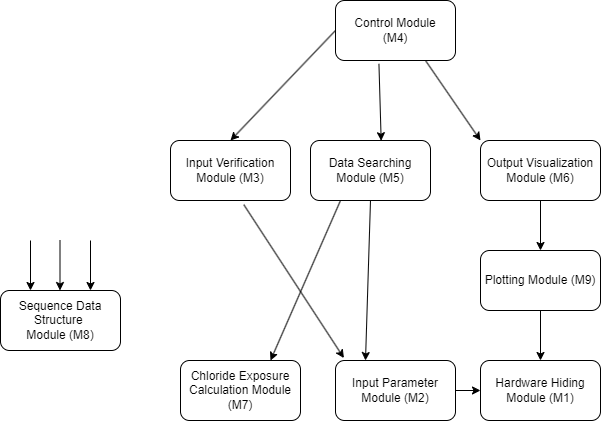
CynthiaLiu0805/BridgeChlorideExposurePredictor keeps this draw.io diagram as docs/Design/SoftArchitecture/UsesHierarchy.png. Above is the earlier version. Source tidied: cells renumbered, new cells last; positions are measured from the earlier drawing's top-left corner, leaving out a move shared by most shapes.
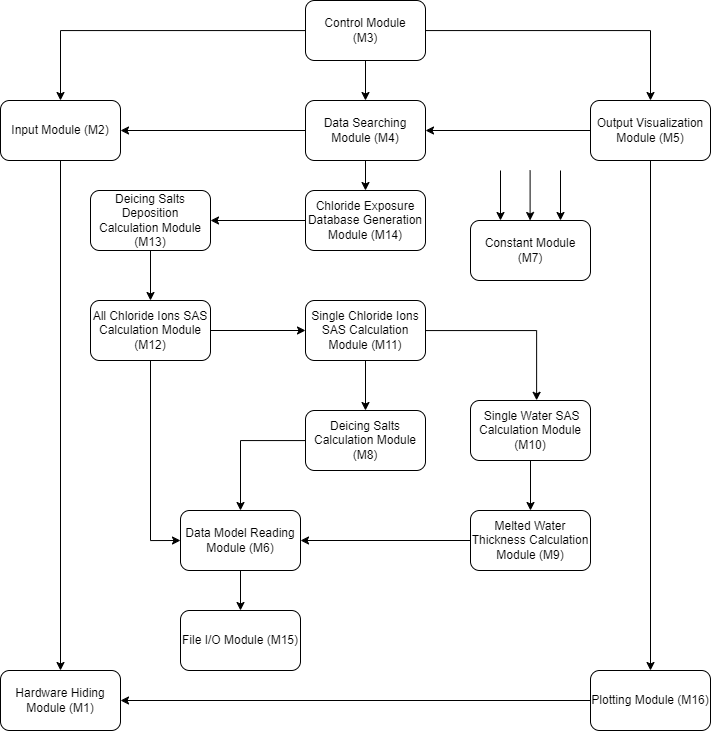
The same diagram one commit later.

Diff of the diagram source:
```diff
@@ -2,77 +2,127 @@
   <root>
     <mxCell id="0" />
     <mxCell id="1" parent="0" />
+    <mxCell id="10" style="edgeStyle=orthogonalEdgeStyle;rounded=0;jettySize=auto;html=1;entryX=0.5;entryY=0;entryDx=0;entryDy=0;" parent="1" edge="1" source="2" target="8">
+      <mxGeometry relative="1" as="geometry" />
+    </mxCell>
+    <mxCell id="9" style="edgeStyle=orthogonalEdgeStyle;rounded=0;jettySize=auto;html=1;entryX=0.5;entryY=0;entryDx=0;entryDy=0;" parent="1" edge="1" source="2" target="7">
+      <mxGeometry relative="1" as="geometry" />
+    </mxCell>
+    <mxCell id="16" style="edgeStyle=orthogonalEdgeStyle;rounded=0;jettySize=auto;html=1;entryX=0.5;entryY=0;entryDx=0;entryDy=0;" parent="1" edge="1" source="2" target="14">
+      <mxGeometry relative="1" as="geometry" />
+    </mxCell>
-    <mxCell id="2" value="Control Module&lt;div&gt;(M4)&lt;/div&gt;" style="rounded=1;whiteSpace=wrap;html=1;" parent="1" vertex="1">
-      <mxGeometry x="335" width="120" height="60" as="geometry" />
+    <mxCell id="2" value="Control Module&lt;div&gt;(M3)&lt;/div&gt;" style="rounded=1;whiteSpace=wrap;html=1;" parent="1" vertex="1">
+      <mxGeometry x="285" y="10" width="120" height="60" as="geometry" />
     </mxCell>
     <mxCell id="3" value="Hardware Hiding Module&amp;nbsp;&lt;span style=&quot;background-color: initial;&quot;&gt;(M1)&lt;/span&gt;" style="rounded=1;whiteSpace=wrap;html=1;" parent="1" vertex="1">
-      <mxGeometry x="480" y="360" width="120" height="60" as="geometry" />
+      <mxGeometry x="-20" y="680" width="120" height="60" as="geometry" />
     </mxCell>
-    <mxCell id="4" style="edgeStyle=orthogonalEdgeStyle;rounded=0;jettySize=auto;html=1;exitX=1;exitY=0.5;exitDx=0;exitDy=0;entryX=0;entryY=0.5;entryDx=0;entryDy=0;" parent="1" edge="1" source="5" target="3">
-      <mxGeometry relative="1" as="geometry" />
-    </mxCell>
-    <mxCell id="5" value="Input Parameter Module&amp;nbsp;&lt;span style=&quot;background-color: initial;&quot;&gt;(M2)&lt;/span&gt;" style="rounded=1;whiteSpace=wrap;html=1;" parent="1" vertex="1">
-      <mxGeometry x="335" y="360" width="120" height="60" as="geometry" />
-    </mxCell>
+    <mxCell id="23" style="edgeStyle=orthogonalEdgeStyle;rounded=0;jettySize=auto;html=1;entryX=1;entryY=0.5;entryDx=0;entryDy=0;exitX=0;exitY=0.5;exitDx=0;exitDy=0;" parent="1" edge="1" source="6" target="39">
+      <mxGeometry relative="1" as="geometry" />
+    </mxCell>
-    <mxCell id="6" value="Chloride Exposure Calculation Module&lt;div&gt;(M7)&lt;/div&gt;" style="rounded=1;whiteSpace=wrap;html=1;" parent="1" vertex="1">
-      <mxGeometry x="180" y="360" width="120" height="60" as="geometry" />
+    <mxCell id="6" value="&lt;div&gt;Chloride Exposure Database Generation Module&amp;nbsp;&lt;span style=&quot;background-color: initial;&quot;&gt;(M14)&lt;/span&gt;&lt;/div&gt;" style="rounded=1;whiteSpace=wrap;html=1;" parent="1" vertex="1">
+      <mxGeometry x="285" y="200" width="120" height="60" as="geometry" />
     </mxCell>
+    <mxCell id="24" style="edgeStyle=orthogonalEdgeStyle;rounded=0;jettySize=auto;html=1;entryX=1;entryY=0.5;entryDx=0;entryDy=0;" parent="1" edge="1" source="7" target="14">
+      <mxGeometry relative="1" as="geometry" />
+    </mxCell>
+    <mxCell id="11" style="edgeStyle=orthogonalEdgeStyle;rounded=0;jettySize=auto;html=1;entryX=0.5;entryY=0;entryDx=0;entryDy=0;exitX=0.5;exitY=1;exitDx=0;exitDy=0;" parent="1" edge="1" source="7" target="6">
+      <mxGeometry relative="1" as="geometry" />
+    </mxCell>
-    <mxCell id="7" value="Data Searching Module&amp;nbsp;&lt;span style=&quot;background-color: initial;&quot;&gt;(M5)&lt;/span&gt;" style="rounded=1;whiteSpace=wrap;html=1;" parent="1" vertex="1">
-      <mxGeometry x="310" y="140" width="120" height="60" as="geometry" />
+    <mxCell id="7" value="Data Searching Module&amp;nbsp;&lt;span style=&quot;background-color: initial;&quot;&gt;(M4)&lt;/span&gt;" style="rounded=1;whiteSpace=wrap;html=1;" parent="1" vertex="1">
+      <mxGeometry x="285" y="110" width="120" height="60" as="geometry" />
     </mxCell>
+    <mxCell id="25" style="edgeStyle=orthogonalEdgeStyle;rounded=0;jettySize=auto;html=1;exitX=0;exitY=0.5;exitDx=0;exitDy=0;entryX=1;entryY=0.5;entryDx=0;entryDy=0;" parent="1" edge="1" source="8" target="7">
+      <mxGeometry relative="1" as="geometry" />
+    </mxCell>
-    <mxCell id="8" value="Output Visualization Module&amp;nbsp;&lt;span style=&quot;background-color: initial;&quot;&gt;(M6)&lt;/span&gt;" style="rounded=1;whiteSpace=wrap;html=1;" parent="1" vertex="1">
-      <mxGeometry x="480" y="140" width="120" height="60" as="geometry" />
+    <mxCell id="8" value="Output Visualization Module&amp;nbsp;&lt;span style=&quot;background-color: initial;&quot;&gt;(M5)&lt;/span&gt;" style="rounded=1;whiteSpace=wrap;html=1;" parent="1" vertex="1">
+      <mxGeometry x="570" y="110" width="120" height="60" as="geometry" />
     </mxCell>
-    <mxCell id="9" style="endArrow=classic;html=1;rounded=0;entryX=0.589;entryY=0.004;entryDx=0;entryDy=0;entryPerimeter=0;exitX=0.362;exitY=1.056;exitDx=0;exitDy=0;exitPerimeter=0;" parent="1" edge="1" source="2" target="7">
-      <mxGeometry relative="1" as="geometry" />
-    </mxCell>
-    <mxCell id="10" style="endArrow=classic;html=1;rounded=0;entryX=0;entryY=0;entryDx=0;entryDy=0;exitX=0.75;exitY=1;exitDx=0;exitDy=0;" parent="1" edge="1" source="2" target="8">
-      <mxGeometry relative="1" as="geometry" />
-    </mxCell>
-    <mxCell id="11" style="endArrow=classic;html=1;rounded=0;entryX=0.75;entryY=0;entryDx=0;entryDy=0;exitX=0.25;exitY=1;exitDx=0;exitDy=0;" parent="1" edge="1" source="7" target="6">
-      <mxGeometry relative="1" as="geometry" />
-    </mxCell>
-    <mxCell id="12" style="endArrow=classic;html=1;rounded=0;entryX=0.25;entryY=0;entryDx=0;entryDy=0;exitX=0.5;exitY=1;exitDx=0;exitDy=0;" parent="1" edge="1" source="7" target="5">
-      <mxGeometry relative="1" as="geometry" />
-    </mxCell>
+    <mxCell id="26" style="edgeStyle=orthogonalEdgeStyle;rounded=0;jettySize=auto;html=1;entryX=0.5;entryY=0;entryDx=0;entryDy=0;" parent="1" edge="1" source="14" target="3">
+      <mxGeometry relative="1" as="geometry" />
+    </mxCell>
+    <mxCell id="14" value="Input Module&amp;nbsp;&lt;span style=&quot;background-color: initial;&quot;&gt;(M2)&lt;/span&gt;" style="rounded=1;whiteSpace=wrap;html=1;" parent="1" vertex="1">
+      <mxGeometry x="-20" y="110" width="120" height="60" as="geometry" />
+    </mxCell>
-    <mxCell id="13" style="endArrow=classic;html=1;rounded=0;entryX=0.5;entryY=0;entryDx=0;entryDy=0;entryPerimeter=0;exitX=0.5;exitY=1;exitDx=0;exitDy=0;" parent="1" edge="1" source="18" target="3">
+    <mxCell id="13" style="edgeStyle=orthogonalEdgeStyle;rounded=0;jettySize=auto;html=1;entryX=1;entryY=0.5;entryDx=0;entryDy=0;" parent="1" edge="1" source="18" target="3">
       <mxGeometry relative="1" as="geometry" />
     </mxCell>
-    <mxCell id="14" value="Input Verification Module&amp;nbsp;&lt;span style=&quot;background-color: initial;&quot;&gt;(M3)&lt;/span&gt;" style="rounded=1;whiteSpace=wrap;html=1;" parent="1" vertex="1">
-      <mxGeometry x="170" y="140" width="120" height="60" as="geometry" />
-    </mxCell>
-    <mxCell id="15" style="endArrow=classic;html=1;rounded=0;exitX=0.611;exitY=1.07;exitDx=0;exitDy=0;entryX=0.07;entryY=-0.041;entryDx=0;entryDy=0;exitPerimeter=0;entryPerimeter=0;" parent="1" edge="1" source="14" target="5">
-      <mxGeometry relative="1" as="geometry" />
-    </mxCell>
-    <mxCell id="16" style="endArrow=classic;html=1;rounded=0;entryX=0.5;entryY=0;entryDx=0;entryDy=0;exitX=0;exitY=0.5;exitDx=0;exitDy=0;" parent="1" edge="1" source="2" target="14">
-      <mxGeometry relative="1" as="geometry" />
-    </mxCell>
-    <mxCell id="17" value="Sequence Data Structure&amp;nbsp; Module&amp;nbsp;&lt;span style=&quot;background-color: initial;&quot;&gt;(M8)&lt;/span&gt;" style="rounded=1;whiteSpace=wrap;html=1;" parent="1" vertex="1">
-      <mxGeometry y="290" width="120" height="60" as="geometry" />
-    </mxCell>
-    <mxCell id="18" value="Plotting Module&amp;nbsp;&lt;span style=&quot;background-color: initial;&quot;&gt;(M9)&lt;/span&gt;" style="rounded=1;whiteSpace=wrap;html=1;" parent="1" vertex="1">
-      <mxGeometry x="480" y="250" width="120" height="60" as="geometry" />
+    <mxCell id="18" value="Plotting Module&amp;nbsp;&lt;span style=&quot;background-color: initial;&quot;&gt;(M16)&lt;/span&gt;" style="rounded=1;whiteSpace=wrap;html=1;" parent="1" vertex="1">
+      <mxGeometry x="570" y="680" width="120" height="60" as="geometry" />
     </mxCell>
     <mxCell id="19" style="endArrow=classic;html=1;rounded=0;entryX=0.5;entryY=0;entryDx=0;entryDy=0;exitX=0.5;exitY=1;exitDx=0;exitDy=0;" parent="1" edge="1" source="8" target="18">
       <mxGeometry relative="1" as="geometry" />
     </mxCell>
-    <mxCell id="20" style="endArrow=classic;html=1;rounded=0;entryX=0.5;entryY=0;entryDx=0;entryDy=0;entryPerimeter=0;exitX=0.5;exitY=1;exitDx=0;exitDy=0;" parent="1" edge="1">
-      <mxGeometry relative="1" as="geometry">
-        <mxPoint x="30" y="240" as="sourcePoint" />
-        <mxPoint x="30" y="290" as="targetPoint" />
-      </mxGeometry>
-    </mxCell>
-    <mxCell id="21" style="endArrow=classic;html=1;rounded=0;entryX=0.5;entryY=0;entryDx=0;entryDy=0;entryPerimeter=0;exitX=0.5;exitY=1;exitDx=0;exitDy=0;" parent="1" edge="1">
-      <mxGeometry relative="1" as="geometry">
-        <mxPoint x="59.5" y="240" as="sourcePoint" />
-        <mxPoint x="59.5" y="290" as="targetPoint" />
-      </mxGeometry>
-    </mxCell>
-    <mxCell id="22" style="endArrow=classic;html=1;rounded=0;entryX=0.5;entryY=0;entryDx=0;entryDy=0;entryPerimeter=0;exitX=0.5;exitY=1;exitDx=0;exitDy=0;" parent="1" edge="1">
-      <mxGeometry relative="1" as="geometry">
-        <mxPoint x="90" y="240" as="sourcePoint" />
-        <mxPoint x="90" y="290" as="targetPoint" />
-      </mxGeometry>
-    </mxCell>
+    <mxCell id="27" style="edgeStyle=orthogonalEdgeStyle;rounded=0;jettySize=auto;html=1;entryX=0.5;entryY=0;entryDx=0;entryDy=0;" parent="1" edge="1" source="28" target="41">
+      <mxGeometry relative="1" as="geometry" />
+    </mxCell>
+    <mxCell id="28" value="Deicing Salts Calculation Module&lt;div&gt;(M8)&lt;/div&gt;" style="rounded=1;whiteSpace=wrap;html=1;" parent="1" vertex="1">
+      <mxGeometry x="285" y="420" width="120" height="60" as="geometry" />
+    </mxCell>
+    <mxCell id="29" style="edgeStyle=orthogonalEdgeStyle;rounded=0;jettySize=auto;html=1;entryX=1;entryY=0.5;entryDx=0;entryDy=0;" parent="1" edge="1" source="30" target="41">
+      <mxGeometry relative="1" as="geometry" />
+    </mxCell>
+    <mxCell id="30" value="Melted Water Thickness Calculation Module&amp;nbsp;&lt;span style=&quot;background-color: initial;&quot;&gt;(M9)&lt;/span&gt;" style="rounded=1;whiteSpace=wrap;html=1;" parent="1" vertex="1">
+      <mxGeometry x="450" y="520" width="120" height="60" as="geometry" />
+    </mxCell>
+    <mxCell id="31" style="edgeStyle=orthogonalEdgeStyle;rounded=0;jettySize=auto;html=1;entryX=0.5;entryY=0;entryDx=0;entryDy=0;" parent="1" edge="1" source="32" target="30">
+      <mxGeometry relative="1" as="geometry" />
+    </mxCell>
+    <mxCell id="32" value="&amp;nbsp;Single Water SAS Calculation Module&lt;div&gt;(M10)&lt;/div&gt;" style="rounded=1;whiteSpace=wrap;html=1;" parent="1" vertex="1">
+      <mxGeometry x="450" y="410" width="120" height="60" as="geometry" />
+    </mxCell>
+    <mxCell id="33" style="edgeStyle=orthogonalEdgeStyle;rounded=0;jettySize=auto;html=1;entryX=0;entryY=0.5;entryDx=0;entryDy=0;" parent="1" edge="1" source="35" target="37">
+      <mxGeometry relative="1" as="geometry" />
+    </mxCell>
+    <mxCell id="34" style="edgeStyle=orthogonalEdgeStyle;rounded=0;jettySize=auto;html=1;entryX=0;entryY=0.5;entryDx=0;entryDy=0;" parent="1" edge="1" source="35" target="41">
+      <mxGeometry relative="1" as="geometry" />
+    </mxCell>
+    <mxCell id="35" value="All Chloride Ions SAS Calculation Module&lt;div&gt;(M12)&lt;/div&gt;" style="rounded=1;whiteSpace=wrap;html=1;" parent="1" vertex="1">
+      <mxGeometry x="70" y="310" width="120" height="60" as="geometry" />
+    </mxCell>
+    <mxCell id="36" style="edgeStyle=orthogonalEdgeStyle;rounded=0;jettySize=auto;html=1;entryX=0.5;entryY=0;entryDx=0;entryDy=0;" parent="1" edge="1" source="37" target="28">
+      <mxGeometry relative="1" as="geometry" />
+    </mxCell>
+    <mxCell id="37" value="Single Chloride Ions SAS Calculation Module&amp;nbsp;&lt;span style=&quot;background-color: initial;&quot;&gt;(M11)&lt;/span&gt;" style="rounded=1;whiteSpace=wrap;html=1;" parent="1" vertex="1">
+      <mxGeometry x="285" y="310" width="120" height="60" as="geometry" />
+    </mxCell>
+    <mxCell id="38" style="edgeStyle=orthogonalEdgeStyle;rounded=0;jettySize=auto;html=1;entryX=0.5;entryY=0;entryDx=0;entryDy=0;" parent="1" edge="1" source="39" target="35">
+      <mxGeometry relative="1" as="geometry" />
+    </mxCell>
+    <mxCell id="39" value="Deicing Salts Deposition Calculation Module&lt;div&gt;(M13)&lt;/div&gt;" style="rounded=1;whiteSpace=wrap;html=1;" parent="1" vertex="1">
+      <mxGeometry x="70" y="200" width="120" height="60" as="geometry" />
+    </mxCell>
+    <mxCell id="40" style="edgeStyle=orthogonalEdgeStyle;rounded=0;jettySize=auto;html=1;" parent="1" edge="1" source="41" target="43">
+      <mxGeometry relative="1" as="geometry" />
+    </mxCell>
+    <mxCell id="41" value="Data Model Reading Module&amp;nbsp;&lt;span style=&quot;background-color: initial;&quot;&gt;(M6)&lt;/span&gt;" style="rounded=1;whiteSpace=wrap;html=1;" parent="1" vertex="1">
+      <mxGeometry x="160" y="520" width="120" height="60" as="geometry" />
+    </mxCell>
+    <mxCell id="42" value="Constant Module&lt;div&gt;(M7)&lt;/div&gt;" style="rounded=1;whiteSpace=wrap;html=1;" parent="1" vertex="1">
+      <mxGeometry x="450" y="230" width="120" height="60" as="geometry" />
+    </mxCell>
+    <mxCell id="43" value="File I/O Module&amp;nbsp;&lt;span style=&quot;background-color: initial;&quot;&gt;(M15)&lt;/span&gt;" style="rounded=1;whiteSpace=wrap;html=1;" parent="1" vertex="1">
+      <mxGeometry x="160" y="620" width="120" height="60" as="geometry" />
+    </mxCell>
+    <mxCell id="44" style="edgeStyle=orthogonalEdgeStyle;rounded=0;jettySize=auto;html=1;entryX=0.551;entryY=-0.003;entryDx=0;entryDy=0;entryPerimeter=0;" parent="1" edge="1" source="37" target="32">
+      <mxGeometry relative="1" as="geometry" />
+    </mxCell>
+    <mxCell id="45" style="endArrow=classic;html=1;rounded=0;entryX=0.25;entryY=0;entryDx=0;entryDy=0;" parent="1" edge="1" target="42">
+      <mxGeometry relative="1" as="geometry">
+        <mxPoint x="480" y="180" as="sourcePoint" />
+      </mxGeometry>
+    </mxCell>
+    <mxCell id="46" style="endArrow=classic;html=1;rounded=0;entryX=0.25;entryY=0;entryDx=0;entryDy=0;" parent="1" edge="1">
+      <mxGeometry relative="1" as="geometry">
+        <mxPoint x="509.6" y="180" as="sourcePoint" />
+        <mxPoint x="509.6" y="230" as="targetPoint" />
+      </mxGeometry>
+    </mxCell>
+    <mxCell id="47" style="endArrow=classic;html=1;rounded=0;entryX=0.25;entryY=0;entryDx=0;entryDy=0;" parent="1" edge="1">
+      <mxGeometry relative="1" as="geometry">
+        <mxPoint x="540" y="180" as="sourcePoint" />
+        <mxPoint x="540" y="230" as="targetPoint" />
+      </mxGeometry>
+    </mxCell>
   </root>
 </mxGraphModel>
```
